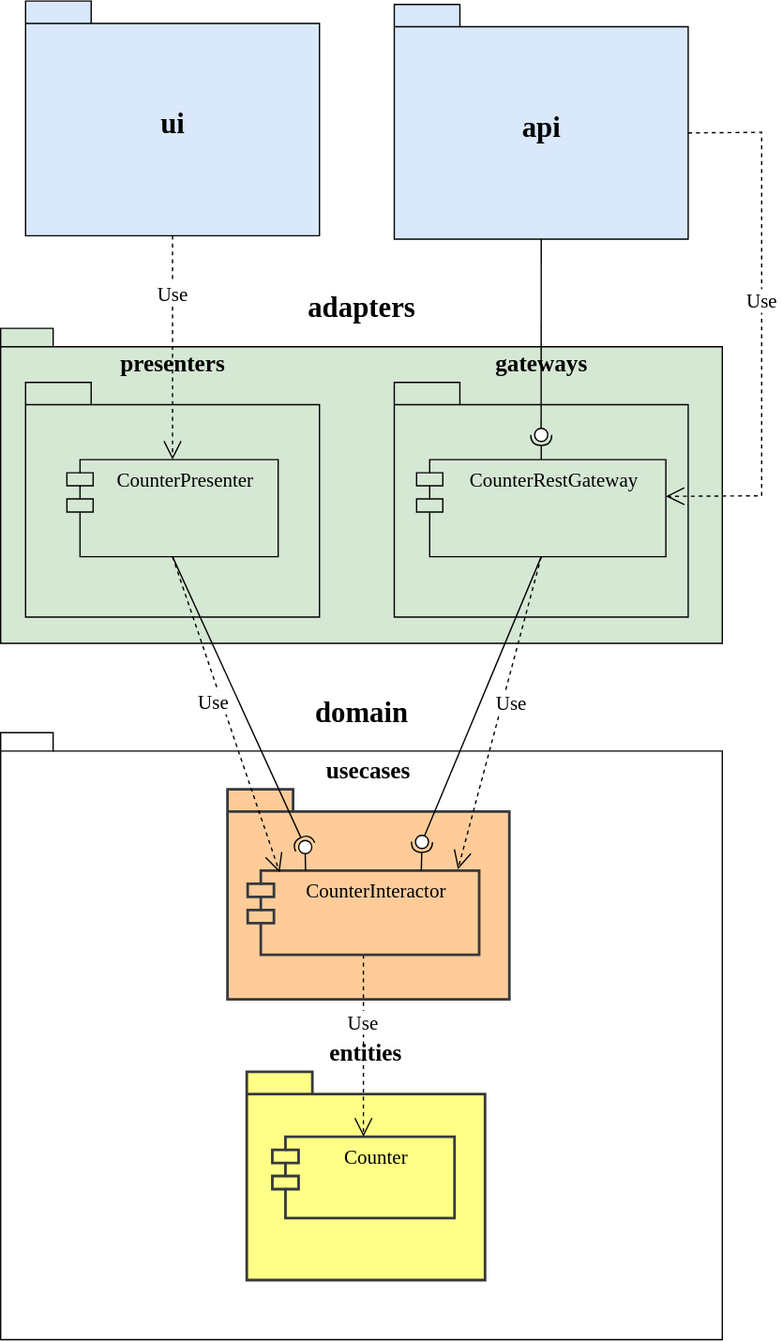
softspiders/clean-architecture-counter-starters keeps this draw.io diagram as app/diagrams/packages-details.uml.svg. Above is the earlier version. Source tidied: cells renumbered, new cells last; positions are measured from the earlier drawing's top-left corner, leaving out a move shared by most shapes.
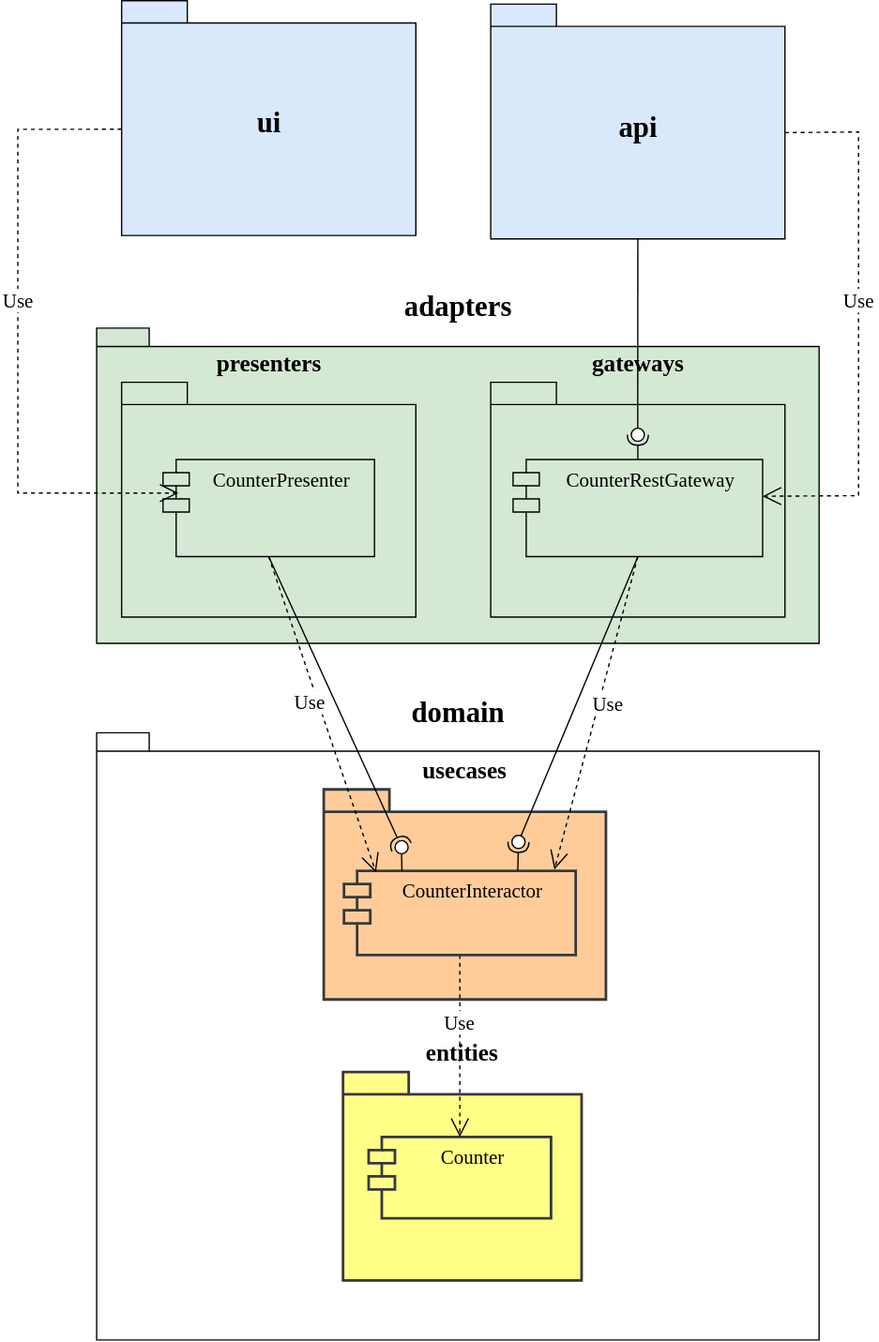
Above is the later version.

The edit, as a diff of the source:
```diff
@@ -65,8 +65,13 @@
     <mxCell id="22" value="&lt;font style=&quot;font-size: 22px&quot;&gt;ui&lt;/font&gt;" style="shape=folder;fontStyle=1;spacingTop=10;tabWidth=50;tabHeight=17;tabPosition=left;html=1;rounded=0;shadow=0;comic=0;labelBackgroundColor=none;strokeWidth=1;fontFamily=Verdana;fontSize=18;align=center;labelPosition=center;verticalLabelPosition=middle;verticalAlign=middle;fillColor=#dae8fc;strokeColor=#000000;" parent="1" vertex="1">
       <mxGeometry x="19" width="224" height="178.8" as="geometry" />
     </mxCell>
-    <mxCell id="23" value="Use" style="endArrow=open;endSize=12;dashed=1;html=1;fontFamily=Verdana;fontSize=15;entryX=0.5;entryY=0;entryDx=0;entryDy=0;exitX=0.5;exitY=1;exitDx=0;exitDy=0;exitPerimeter=0;" parent="1" edge="1" source="22" target="21">
-      <mxGeometry x="-0.49" relative="1" as="geometry" />
+    <mxCell id="23" value="Use" style="endArrow=open;endSize=12;dashed=1;html=1;fontFamily=Verdana;fontSize=15;entryX=0.073;entryY=0.346;entryDx=0;entryDy=0;exitX=0;exitY=0;exitDx=0;exitDy=97.91;exitPerimeter=0;entryPerimeter=0;rounded=0;" parent="1" edge="1" source="22" target="21">
+      <mxGeometry x="-0.13" relative="1" as="geometry">
+        <Array as="points">
+          <mxPoint x="-60" y="98" />
+          <mxPoint x="-60" y="375" />
+        </Array>
+      </mxGeometry>
     </mxCell>
     <mxCell id="24" style="rounded=0;jettySize=auto;html=1;endArrow=none;endFill=0;fontFamily=Verdana;fontSize=15;exitX=0.5;exitY=1;exitDx=0;exitDy=0;exitPerimeter=0;" parent="1" edge="1" source="28" target="19">
       <mxGeometry relative="1" as="geometry" />
```
